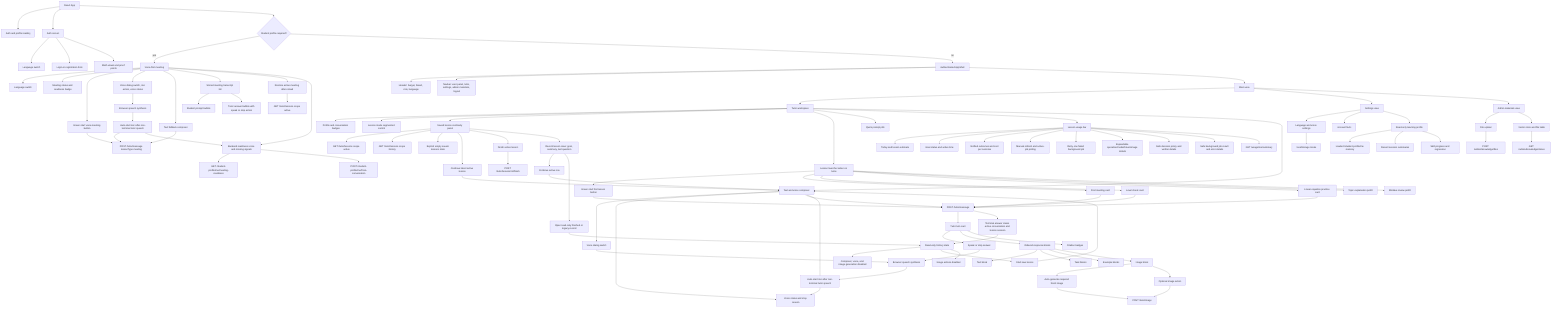
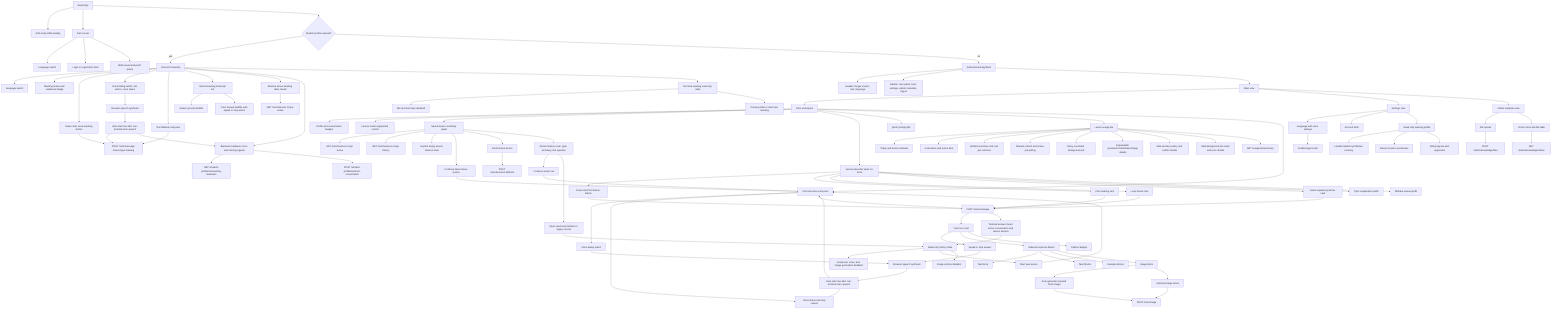
flowchart TB
  App[React App] --> Loading[Auth and profile loading]
  App --> Auth[Auth screen]
  Auth --> AuthLang[Language switch]
  Auth --> AuthForm[Login or registration form]
  Auth --> AuthVisual[Math visual and proof points]

  App --> FirstMeeting{Student profile required?}
  FirstMeeting -->|yes| Meeting[Voice-first meeting]
  Meeting --> MeetingLang[Language switch]
  Meeting --> MeetingStatus[Meeting status and readiness badge]
  Meeting --> VoiceStart[Green start voice meeting button]
  Meeting --> MeetingVoice[Voice dialog switch, mic action, voice status]
  MeetingVoice --> MeetingSpeech[Browser speech synthesis]
  MeetingSpeech --> MeetingAutoMic[Auto-start mic after non-terminal tutor speech]
  Meeting --> TextFallback[Text fallback composer]
  Meeting --> MeetingTranscript[Stored meeting transcript list]
  MeetingTranscript --> StudentBubble[Student prompt bubble]
  MeetingTranscript --> TutorBubble[Tutor answer bubble with speak or stop action]
  Meeting --> MeetingHydration[Restore active meeting after reload]
  MeetingHydration --> ActiveMeetingApi[GET /tutor/lessons scope active]
  Meeting --> MeetingReadiness[Backend readiness score and missing signals]
  MeetingReadiness --> MeetingReadinessApi[GET /student-profile/me/meeting-readiness]
+   Meeting --> TerminalMeeting[Terminal meeting read-only state]
+   TerminalMeeting --> DisabledMeetingInput[Mic and text input disabled]
+   TerminalMeeting --> ProfileOrRestart[Create profile or start new meeting]
  VoiceStart --> MeetingTutorApi[POST /tutor/message lessonType meeting]
  TextFallback --> MeetingTutorApi
  MeetingAutoMic --> MeetingTutorApi
  MeetingAutoMic --> MeetingReadiness
  MeetingReadiness --> ProfileApi[POST /student-profile/me/from-conversation]

  FirstMeeting -->|no| Shell[Authenticated AppShell]
  Shell --> Header[Header: burger, brand, role, language]
  Shell --> Navbar[Navbar: user panel, tutor, settings, admin materials, logout]
  Shell --> Main[Main view]

  Main --> Tutor[Tutor workspace]
  Tutor --> TutorStatus[Profile and conversation badges]
  Tutor --> LessonMode[Lesson mode segmented control]
  Tutor --> LessonHistory[Saved lesson continuity panel]
  LessonHistory --> ActiveHistoryApi[GET /tutor/lessons scope active]
  LessonHistory --> ArchivedHistoryApi[GET /tutor/lessons scope history]
  LessonHistory --> EmptyHistory[Explicit empty saved-lessons state]
  LessonHistory --> ResumeLatest[Continue latest active lesson]
  LessonHistory --> FinishLesson[Finish active lesson]
  FinishLesson --> FinishApi[POST /tutor/lessons/:id/finish]
  LessonHistory --> HistoryRows[Recent lesson rows: goal, summary, last question]
  HistoryRows --> ContinueActive[Continue active row]
  HistoryRows --> OpenRecord[Open read-only finished or legacy record]
  ResumeLatest --> Composer
  ContinueActive --> Composer
  OpenRecord --> ReadOnlyState[Read-only history state]
  ReadOnlyState --> DisabledComposer[Composer, voice, and image generation disabled]
  ReadOnlyState --> NewLessonFromHistory[Start new lesson]
  NewLessonFromHistory --> Composer
  Tutor --> LessonLauncher[Lesson launcher when no turns]
  LessonLauncher --> StartFirst[Green start first lesson button]
  LessonLauncher --> MeetingCard[First meeting card]
  LessonLauncher --> DiagnosticCard[Level check card]
  LessonLauncher --> PracticeCard[Linear equation practice card]
  LessonLauncher --> TopicCard[Topic explanation prefill]
  LessonLauncher --> MistakeCard[Mistake review prefill]
  StartFirst --> TutorApi[POST /tutor/message]
  MeetingCard --> TutorApi
  DiagnosticCard --> TutorApi
  PracticeCard --> TutorApi
  Tutor --> QuickPrompts[Quick prompt pills]
  Tutor --> UsageBar[Lesson usage bar]
  UsageBar --> UsageSummary[Today and lesson estimate]
  UsageBar --> GoalStatus[Goal status and active time]
  UsageBar --> VerifiedOutcome[Verified outcomes and cost per outcome]
  UsageBar --> UsageRefresh[Manual refresh and active-job polling]
  UsageBar --> BackgroundRetry[Retry one failed background job]
  UsageBar --> UsageDetails[Expandable operation/model/token/image details]
  UsageBar --> DecisionDetails[Safe decision policy and verifier details]
  UsageBar --> BackgroundJobDetails[Safe background job result and error details]
  UsageBar --> UsageApi[GET /usage/me/summary]
  Tutor --> Composer[Text and voice composer]
  Composer --> VoiceOutput[Voice dialog switch]
  Composer --> VoiceStatus[Voice status and stop reason]
  VoiceOutput --> SpeechSynthesis[Browser speech synthesis]
  SpeechSynthesis --> AutoMic[Auto-start mic after non-terminal tutor speech]
  AutoMic --> VoiceStatus
  AutoMic --> Composer
  Composer --> TutorApi[POST /tutor/message]
  TutorApi --> TurnCard[Tutor turn card]
  TutorApi --> TerminalBoundary[Terminal answer clears active conversation and lesson session]
  TerminalBoundary --> ReadOnlyState
  TurnCard --> SpeakAction[Speak or stop answer]
  SpeakAction --> SpeechSynthesis
  TurnCard --> Blocks[Ordered response blocks]
  Blocks --> Explanation[Text block]
  Blocks --> Tasks[Task blocks]
  Blocks --> Examples[Example blocks]
  Blocks --> ImageBlock[Image block]
  TurnCard --> Citations[Citation badges]
  ImageBlock --> AutoImage[Auto-generate required fresh image]
  ImageBlock --> ImageAction[Optional image action]
  ReadOnlyState --> ImageDisabled[Image actions disabled]
  AutoImage --> ImageApi
  ImageAction --> ImageApi[POST /tutor/image]

  Main --> Settings[Settings view]
  Settings --> Interface[Language and voice settings]
  Settings --> Account[Account facts]
  Settings --> Profile[Read-only learning profile]
  Interface --> LocaleStore[localStorage locale]
  Profile --> ProfileMemory[Loaded /student-profile/me memory]
  Profile --> SessionMemory[Recent session summaries]
  Profile --> SkillMemory[Skill progress and regression]

  Main --> Knowledge[Admin materials view]
  Knowledge --> Upload[File upload]
  Knowledge --> Status[Vector store and file table]
  Upload --> KnowledgeApi[POST /admin/knowledge/files]
  Status --> StatusApi[GET /admin/knowledge/status]
